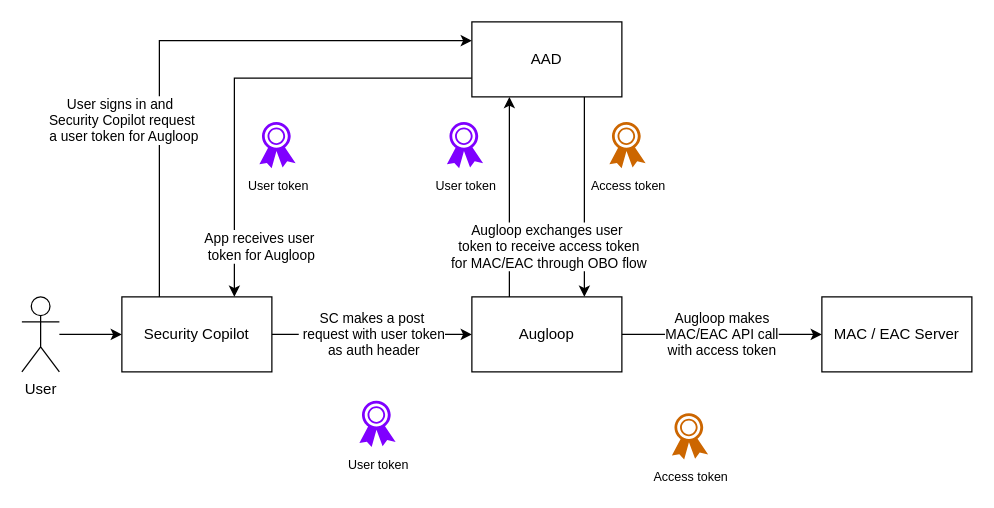
The draw.io diagram Auth in Medeina.drawio in prshelke/DrawIO, before the edit. Source tidied: cells renumbered, new cells numbered last; positions are measured from the earlier drawing's top-left corner, leaving out a move shared by most shapes. Both pictures are drawn from the tidied source at 125%, with x=0, y=0 at pixel (21, 21).
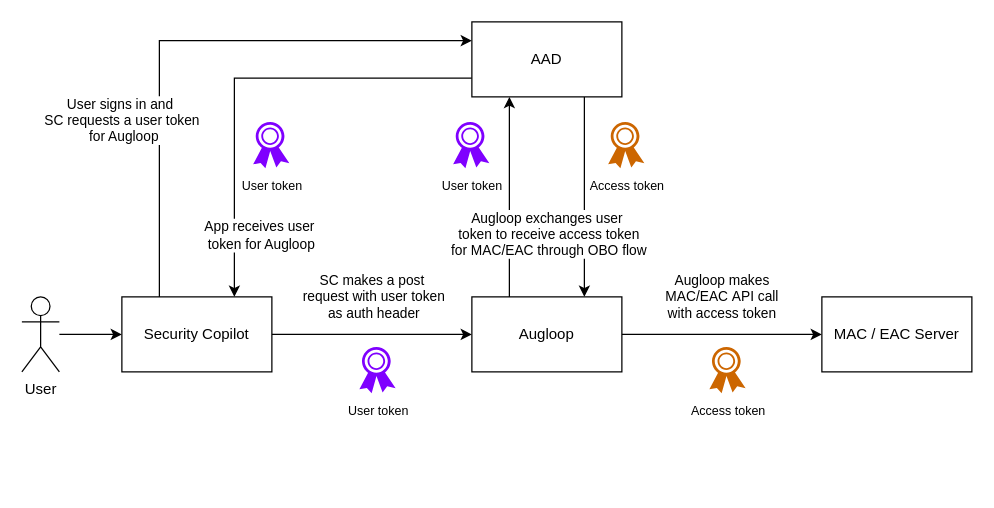
After the change.

What changed in the source:
```diff
@@
 <mxGraphModel>
   <root>
     <mxCell id="0" />
     <mxCell id="1" parent="0" />
     <mxCell id="2" style="edgeStyle=orthogonalEdgeStyle;rounded=0;jettySize=auto;html=1;" parent="1" edge="1" source="3" target="6">
       <mxGeometry relative="1" as="geometry" />
     </mxCell>
     <mxCell id="3" value="User" style="shape=umlActor;verticalLabelPosition=bottom;verticalAlign=top;html=1;outlineConnect=0;" parent="1" vertex="1">
       <mxGeometry y="220" width="30" height="60" as="geometry" />
     </mxCell>
-    <mxCell id="4" value="User signs in and&amp;nbsp;&lt;br&gt;Security Copilot request&lt;br&gt;&amp;nbsp;a user token for Augloop" style="edgeStyle=orthogonalEdgeStyle;rounded=0;jettySize=auto;html=1;exitX=0.25;exitY=0;exitDx=0;exitDy=0;entryX=0;entryY=0.25;entryDx=0;entryDy=0;" parent="1" edge="1" source="6" target="9">
+    <mxCell id="4" value="User signs in and&amp;nbsp;&lt;br&gt;SC requests a user token&lt;br&gt;&amp;nbsp;for Augloop" style="edgeStyle=orthogonalEdgeStyle;rounded=0;jettySize=auto;html=1;exitX=0.25;exitY=0;exitDx=0;exitDy=0;entryX=0;entryY=0.25;entryDx=0;entryDy=0;" parent="1" edge="1" source="6" target="9">
       <mxGeometry x="-0.38" y="30" relative="1" as="geometry" />
     </mxCell>
     <mxCell id="5" value="SC makes a post&lt;br&gt;&amp;nbsp;request with user token&lt;br&gt;&amp;nbsp;as auth header" style="edgeStyle=orthogonalEdgeStyle;rounded=0;jettySize=auto;html=1;exitX=1;exitY=0.5;exitDx=0;exitDy=0;entryX=0;entryY=0.5;entryDx=0;entryDy=0;" parent="1" edge="1" source="6" target="12">
-      <mxGeometry relative="1" as="geometry" />
+      <mxGeometry y="30" relative="1" as="geometry" />
     </mxCell>
     <mxCell id="6" value="Security Copilot" style="rounded=0;whiteSpace=wrap;html=1;" parent="1" vertex="1">
       <mxGeometry x="80" y="220" width="120" height="60" as="geometry" />
     </mxCell>
     <mxCell id="7" value="App receives user&lt;br&gt;&amp;nbsp;token for Augloop" style="edgeStyle=orthogonalEdgeStyle;rounded=0;jettySize=auto;html=1;exitX=0;exitY=0.75;exitDx=0;exitDy=0;entryX=0.75;entryY=0;entryDx=0;entryDy=0;" parent="1" edge="1" source="9" target="6">
-      <mxGeometry x="0.78" y="20" relative="1" as="geometry" />
+      <mxGeometry x="0.73" y="20" relative="1" as="geometry" />
     </mxCell>
     <mxCell id="8" style="edgeStyle=orthogonalEdgeStyle;rounded=0;jettySize=auto;html=1;exitX=0.75;exitY=1;exitDx=0;exitDy=0;entryX=0.75;entryY=0;entryDx=0;entryDy=0;" parent="1" edge="1" source="9" target="12">
       <mxGeometry relative="1" as="geometry" />
     </mxCell>
     <mxCell id="9" value="AAD" style="rounded=0;whiteSpace=wrap;html=1;" parent="1" vertex="1">
       <mxGeometry x="360" width="120" height="60" as="geometry" />
     </mxCell>
     <mxCell id="10" value="Augloop exchanges user&lt;br&gt;&amp;nbsp;token to receive access token&lt;br&gt;&amp;nbsp;for MAC/EAC through OBO flow" style="edgeStyle=orthogonalEdgeStyle;rounded=0;jettySize=auto;html=1;exitX=0.25;exitY=0;exitDx=0;exitDy=0;entryX=0.25;entryY=1;entryDx=0;entryDy=0;" parent="1" edge="1" source="12" target="9">
-      <mxGeometry x="-0.5" y="-30" relative="1" as="geometry" />
+      <mxGeometry x="-0.38" y="-30" relative="1" as="geometry" />
     </mxCell>
     <mxCell id="11" value="Augloop makes &lt;br&gt;MAC/EAC&amp;nbsp;API call &lt;br&gt;with access token" style="edgeStyle=orthogonalEdgeStyle;rounded=0;jettySize=auto;html=1;exitX=1;exitY=0.5;exitDx=0;exitDy=0;entryX=0;entryY=0.5;entryDx=0;entryDy=0;" parent="1" edge="1" source="12" target="13">
-      <mxGeometry relative="1" as="geometry" />
+      <mxGeometry y="30" relative="1" as="geometry" />
     </mxCell>
     <mxCell id="12" value="Augloop" style="rounded=0;whiteSpace=wrap;html=1;" parent="1" vertex="1">
       <mxGeometry x="360" y="220" width="120" height="60" as="geometry" />
     </mxCell>
     <mxCell id="13" value="MAC / EAC Server" style="rounded=0;whiteSpace=wrap;html=1;" parent="1" vertex="1">
       <mxGeometry x="640" y="220" width="120" height="60" as="geometry" />
     </mxCell>
     <mxCell id="14" value="&lt;font style=&quot;font-size: 10px;&quot;&gt;Access token&lt;/font&gt;" style="sketch=0;shadow=0;dashed=0;html=1;strokeColor=none;fillColor=#CC6600;labelPosition=center;verticalLabelPosition=bottom;verticalAlign=top;align=center;shape=mxgraph.office.security.token;" parent="1" vertex="1">
-      <mxGeometry x="470" y="80" width="29" height="37" as="geometry" />
+      <mxGeometry x="469" y="80" width="29" height="37" as="geometry" />
     </mxCell>
     <mxCell id="15" value="&lt;font style=&quot;font-size: 10px;&quot;&gt;User token&lt;/font&gt;" style="sketch=0;shadow=0;dashed=0;html=1;strokeColor=none;fillColor=#7F00FF;labelPosition=center;verticalLabelPosition=bottom;verticalAlign=top;align=center;shape=mxgraph.office.security.token;" parent="1" vertex="1">
-      <mxGeometry x="340" y="80" width="29" height="37" as="geometry" />
+      <mxGeometry x="345" y="80" width="29" height="37" as="geometry" />
     </mxCell>
     <mxCell id="16" value="&lt;font style=&quot;font-size: 10px;&quot;&gt;User token&lt;/font&gt;" style="sketch=0;shadow=0;dashed=0;html=1;strokeColor=none;fillColor=#7F00FF;labelPosition=center;verticalLabelPosition=bottom;verticalAlign=top;align=center;shape=mxgraph.office.security.token;" parent="1" vertex="1">
-      <mxGeometry x="190" y="80" width="29" height="37" as="geometry" />
+      <mxGeometry x="185" y="80" width="29" height="37" as="geometry" />
     </mxCell>
     <mxCell id="17" value="&lt;font style=&quot;font-size: 10px;&quot;&gt;User token&lt;/font&gt;" style="sketch=0;shadow=0;dashed=0;html=1;strokeColor=none;fillColor=#7F00FF;labelPosition=center;verticalLabelPosition=bottom;verticalAlign=top;align=center;shape=mxgraph.office.security.token;" parent="1" vertex="1">
-      <mxGeometry x="270" y="303" width="29" height="37" as="geometry" />
+      <mxGeometry x="270" y="260" width="29" height="37" as="geometry" />
     </mxCell>
     <mxCell id="18" value="&lt;font style=&quot;font-size: 10px;&quot;&gt;Access token&lt;/font&gt;" style="sketch=0;shadow=0;dashed=0;html=1;strokeColor=none;fillColor=#CC6600;labelPosition=center;verticalLabelPosition=bottom;verticalAlign=top;align=center;shape=mxgraph.office.security.token;" parent="1" vertex="1">
-      <mxGeometry x="520" y="313" width="29" height="37" as="geometry" />
+      <mxGeometry x="550" y="260" width="29" height="37" as="geometry" />
     </mxCell>
   </root>
 </mxGraphModel>
```
